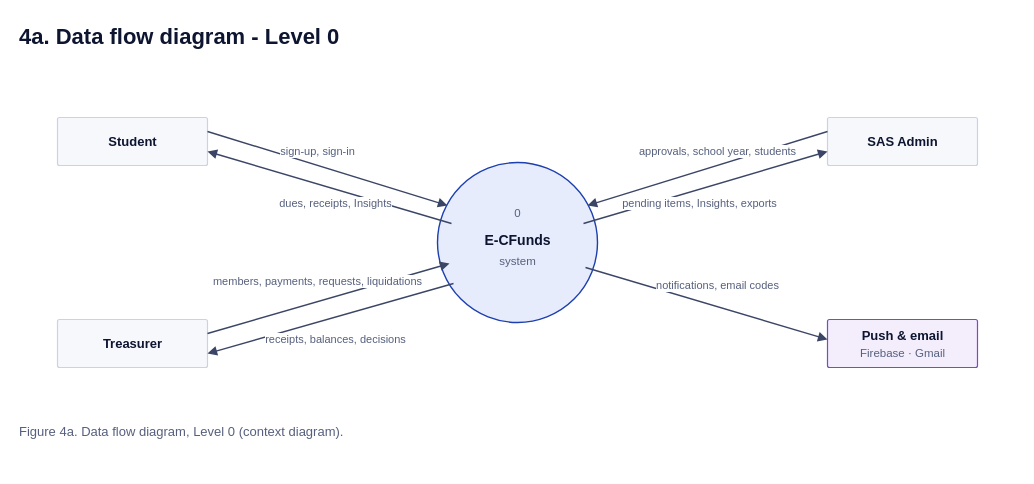
The draw.io diagram page "4a. Data flow diagram - Level 0" (4 of 8) of docs/diagrams/E-CFunds-System-Diagrams-editable.drawio in ramosneil/E-CFunds, before the edit. Source tidied: cells renumbered, new cells numbered last; positions are measured from the earlier drawing's top-left corner, leaving out a move shared by most shapes. Both pictures are drawn from the tidied source at 100%, with x=0, y=0 at pixel (17, 17).
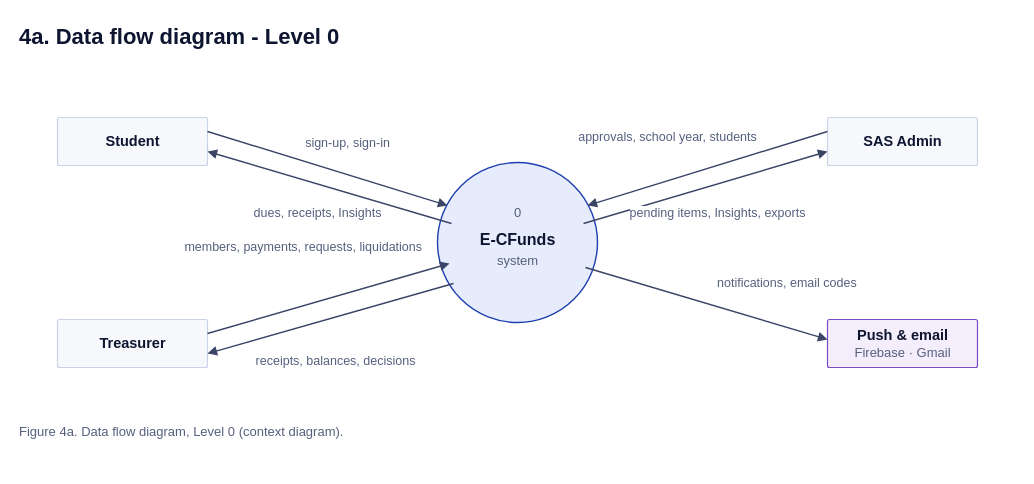
After the change.

Change to the diagram source:
```diff
@@
-    <mxCell id="4" value="0" style="text;html=1;whiteSpace=nowrap;spacing=0;spacingLeft=0;spacingRight=0;verticalAlign=middle;align=center;fontFamily=Helvetica;fontSize=11.5;fontColor=#56607E;fontStyle=0;" parent="1" vertex="1">
-      <mxGeometry x="490" y="187.3" width="20" height="17.2" as="geometry" />
+    <mxCell id="4" value="0" style="text;html=1;whiteSpace=nowrap;spacing=0;spacingLeft=0;spacingRight=0;verticalAlign=middle;align=center;fontFamily=Helvetica;fontSize=13.0;fontColor=#56607E;fontStyle=0;" parent="1" vertex="1">
+      <mxGeometry x="490" y="185.7" width="20" height="19.5" as="geometry" />
     </mxCell>
-    <mxCell id="5" value="E-CFunds" style="text;html=1;whiteSpace=nowrap;spacing=0;spacingLeft=0;spacingRight=0;verticalAlign=middle;align=center;fontFamily=Helvetica;fontSize=14.0;fontColor=#0D1530;fontStyle=1;" parent="1" vertex="1">
-      <mxGeometry x="463.4" y="212.6" width="73.2" height="21" as="geometry" />
+    <mxCell id="5" value="E-CFunds" style="text;html=1;whiteSpace=nowrap;spacing=0;spacingLeft=0;spacingRight=0;verticalAlign=middle;align=center;fontFamily=Helvetica;fontSize=16.0;fontColor=#0D1530;fontStyle=1;" parent="1" vertex="1">
+      <mxGeometry x="458.6" y="210.4" width="82.8" height="24" as="geometry" />
     </mxCell>
-    <mxCell id="6" value="system" style="text;html=1;whiteSpace=nowrap;spacing=0;spacingLeft=0;spacingRight=0;verticalAlign=middle;align=center;fontFamily=Helvetica;fontSize=11.5;fontColor=#56607E;fontStyle=0;" parent="1" vertex="1">
-      <mxGeometry x="476.3" y="235.3" width="47.4" height="17.2" as="geometry" />
+    <mxCell id="6" value="system" style="text;html=1;whiteSpace=nowrap;spacing=0;spacingLeft=0;spacingRight=0;verticalAlign=middle;align=center;fontFamily=Helvetica;fontSize=13.0;fontColor=#56607E;fontStyle=0;" parent="1" vertex="1">
+      <mxGeometry x="473.6" y="233.7" width="52.8" height="19.5" as="geometry" />
     </mxCell>
@@
-    <mxCell id="8" value="Student" style="text;html=1;whiteSpace=nowrap;spacing=0;spacingLeft=0;spacingRight=0;verticalAlign=middle;align=center;fontFamily=Helvetica;fontSize=13.0;fontColor=#0D1530;fontStyle=1;" parent="1" vertex="1">
-      <mxGeometry x="84.7" y="114.7" width="60.6" height="19.5" as="geometry" />
+    <mxCell id="8" value="Student" style="text;html=1;whiteSpace=nowrap;spacing=0;spacingLeft=0;spacingRight=0;verticalAlign=middle;align=center;fontFamily=Helvetica;fontSize=14.5;fontColor=#0D1530;fontStyle=1;" parent="1" vertex="1">
+      <mxGeometry x="81.5" y="113.1" width="66.9" height="21.8" as="geometry" />
     </mxCell>
@@
-    <mxCell id="10" value="Treasurer" style="text;html=1;whiteSpace=nowrap;spacing=0;spacingLeft=0;spacingRight=0;verticalAlign=middle;align=center;fontFamily=Helvetica;fontSize=13.0;fontColor=#0D1530;fontStyle=1;" parent="1" vertex="1">
-      <mxGeometry x="76.9" y="316.7" width="76.2" height="19.5" as="geometry" />
+    <mxCell id="10" value="Treasurer" style="text;html=1;whiteSpace=nowrap;spacing=0;spacingLeft=0;spacingRight=0;verticalAlign=middle;align=center;fontFamily=Helvetica;fontSize=14.5;fontColor=#0D1530;fontStyle=1;" parent="1" vertex="1">
+      <mxGeometry x="72.8" y="315.1" width="84.3" height="21.8" as="geometry" />
     </mxCell>
@@
-    <mxCell id="12" value="SAS Admin" style="text;html=1;whiteSpace=nowrap;spacing=0;spacingLeft=0;spacingRight=0;verticalAlign=middle;align=center;fontFamily=Helvetica;fontSize=13.0;fontColor=#0D1530;fontStyle=1;" parent="1" vertex="1">
-      <mxGeometry x="846.9" y="114.7" width="76.2" height="19.5" as="geometry" />
+    <mxCell id="12" value="SAS Admin" style="text;html=1;whiteSpace=nowrap;spacing=0;spacingLeft=0;spacingRight=0;verticalAlign=middle;align=center;fontFamily=Helvetica;fontSize=14.5;fontColor=#0D1530;fontStyle=1;" parent="1" vertex="1">
+      <mxGeometry x="842.9" y="113.1" width="84.3" height="21.8" as="geometry" />
     </mxCell>
@@
-    <mxCell id="14" value="Push &amp;amp; email" style="text;html=1;whiteSpace=nowrap;spacing=0;spacingLeft=0;spacingRight=0;verticalAlign=middle;align=center;fontFamily=Helvetica;fontSize=13.0;fontColor=#0D1530;fontStyle=1;" parent="1" vertex="1">
-      <mxGeometry x="835.2" y="308.7" width="99.6" height="19.5" as="geometry" />
+    <mxCell id="14" value="Push &amp;amp; email" style="text;html=1;whiteSpace=nowrap;spacing=0;spacingLeft=0;spacingRight=0;verticalAlign=middle;align=center;fontFamily=Helvetica;fontSize=14.5;fontColor=#0D1530;fontStyle=1;" parent="1" vertex="1">
+      <mxGeometry x="829.8" y="307.1" width="110.4" height="21.8" as="geometry" />
     </mxCell>
-    <mxCell id="15" value="Firebase · Gmail" style="text;html=1;whiteSpace=nowrap;spacing=0;spacingLeft=0;spacingRight=0;verticalAlign=middle;align=center;fontFamily=Helvetica;fontSize=11.5;fontColor=#56607E;fontStyle=0;" parent="1" vertex="1">
-      <mxGeometry x="826.8" y="327.4" width="116.4" height="17.2" as="geometry" />
+    <mxCell id="15" value="Firebase · Gmail" style="text;html=1;whiteSpace=nowrap;spacing=0;spacingLeft=0;spacingRight=0;verticalAlign=middle;align=center;fontFamily=Helvetica;fontSize=13.0;fontColor=#56607E;fontStyle=0;" parent="1" vertex="1">
+      <mxGeometry x="819.6" y="325.7" width="130.8" height="19.5" as="geometry" />
     </mxCell>
@@
-    <mxCell id="17" value="sign-up, sign-in" style="text;html=1;whiteSpace=nowrap;spacing=0;spacingLeft=0;spacingRight=0;verticalAlign=middle;align=center;fontFamily=Helvetica;fontSize=11.0;fontColor=#56607E;fontStyle=0;labelBackgroundColor=#FFFFFF;" parent="1" vertex="1">
-      <mxGeometry x="244.2" y="125.9" width="111.6" height="16.5" as="geometry" />
+    <mxCell id="17" value="sign-up, sign-in" style="text;html=1;whiteSpace=nowrap;spacing=0;spacingLeft=0;spacingRight=0;verticalAlign=middle;align=center;fontFamily=Helvetica;fontSize=12.5;fontColor=#56607E;fontStyle=0;labelBackgroundColor=#FFFFFF;" parent="1" vertex="1">
+      <mxGeometry x="267" y="116.2" width="126" height="18.8" as="geometry" />
     </mxCell>
@@
-    <mxCell id="19" value="dues, receipts, Insights" style="text;html=1;whiteSpace=nowrap;spacing=0;spacingLeft=0;spacingRight=0;verticalAlign=middle;align=center;fontFamily=Helvetica;fontSize=11.0;fontColor=#56607E;fontStyle=0;labelBackgroundColor=#FFFFFF;" parent="1" vertex="1">
-      <mxGeometry x="235.8" y="177.9" width="164.4" height="16.5" as="geometry" />
+    <mxCell id="19" value="dues, receipts, Insights" style="text;html=1;whiteSpace=nowrap;spacing=0;spacingLeft=0;spacingRight=0;verticalAlign=middle;align=center;fontFamily=Helvetica;fontSize=12.5;fontColor=#56607E;fontStyle=0;labelBackgroundColor=#FFFFFF;" parent="1" vertex="1">
+      <mxGeometry x="207" y="186.2" width="186" height="18.8" as="geometry" />
     </mxCell>
@@
-    <mxCell id="21" value="members, payments, requests, liquidations" style="text;html=1;whiteSpace=nowrap;spacing=0;spacingLeft=0;spacingRight=0;verticalAlign=middle;align=center;fontFamily=Helvetica;fontSize=11.0;fontColor=#56607E;fontStyle=0;labelBackgroundColor=#FFFFFF;" parent="1" vertex="1">
-      <mxGeometry x="161.7" y="255.9" width="276.6" height="16.5" as="geometry" />
+    <mxCell id="21" value="members, payments, requests, liquidations" style="text;html=1;whiteSpace=nowrap;spacing=0;spacingLeft=0;spacingRight=0;verticalAlign=middle;align=right;fontFamily=Helvetica;fontSize=12.5;fontColor=#56607E;fontStyle=0;labelBackgroundColor=#FFFFFF;" parent="1" vertex="1">
+      <mxGeometry x="90.5" y="220.2" width="313.5" height="18.8" as="geometry" />
     </mxCell>
@@
-    <mxCell id="23" value="receipts, balances, decisions" style="text;html=1;whiteSpace=nowrap;spacing=0;spacingLeft=0;spacingRight=0;verticalAlign=middle;align=center;fontFamily=Helvetica;fontSize=11.0;fontColor=#56607E;fontStyle=0;labelBackgroundColor=#FFFFFF;" parent="1" vertex="1">
-      <mxGeometry x="219.3" y="313.9" width="197.4" height="16.5" as="geometry" />
+    <mxCell id="23" value="receipts, balances, decisions" style="text;html=1;whiteSpace=nowrap;spacing=0;spacingLeft=0;spacingRight=0;verticalAlign=middle;align=center;fontFamily=Helvetica;fontSize=12.5;fontColor=#56607E;fontStyle=0;labelBackgroundColor=#FFFFFF;" parent="1" vertex="1">
+      <mxGeometry x="206.2" y="334.2" width="223.5" height="18.8" as="geometry" />
     </mxCell>
@@
-    <mxCell id="25" value="approvals, school year, students" style="text;html=1;whiteSpace=nowrap;spacing=0;spacingLeft=0;spacingRight=0;verticalAlign=middle;align=center;fontFamily=Helvetica;fontSize=11.0;fontColor=#56607E;fontStyle=0;labelBackgroundColor=#FFFFFF;" parent="1" vertex="1">
-      <mxGeometry x="591.4" y="125.9" width="217.2" height="16.5" as="geometry" />
+    <mxCell id="25" value="approvals, school year, students" style="text;html=1;whiteSpace=nowrap;spacing=0;spacingLeft=0;spacingRight=0;verticalAlign=middle;align=center;fontFamily=Helvetica;fontSize=12.5;fontColor=#56607E;fontStyle=0;labelBackgroundColor=#FFFFFF;" parent="1" vertex="1">
+      <mxGeometry x="527" y="110.2" width="246" height="18.8" as="geometry" />
     </mxCell>
@@
-    <mxCell id="27" value="pending items, Insights, exports" style="text;html=1;whiteSpace=nowrap;spacing=0;spacingLeft=0;spacingRight=0;verticalAlign=middle;align=center;fontFamily=Helvetica;fontSize=11.0;fontColor=#56607E;fontStyle=0;labelBackgroundColor=#FFFFFF;" parent="1" vertex="1">
-      <mxGeometry x="573.4" y="177.9" width="217.2" height="16.5" as="geometry" />
+    <mxCell id="27" value="pending items, Insights, exports" style="text;html=1;whiteSpace=nowrap;spacing=0;spacingLeft=0;spacingRight=0;verticalAlign=middle;align=center;fontFamily=Helvetica;fontSize=12.5;fontColor=#56607E;fontStyle=0;labelBackgroundColor=#FFFFFF;" parent="1" vertex="1">
+      <mxGeometry x="577" y="186.2" width="246" height="18.8" as="geometry" />
     </mxCell>
@@
-    <mxCell id="29" value="notifications, email codes" style="text;html=1;whiteSpace=nowrap;spacing=0;spacingLeft=0;spacingRight=0;verticalAlign=middle;align=center;fontFamily=Helvetica;fontSize=11.0;fontColor=#56607E;fontStyle=0;labelBackgroundColor=#FFFFFF;" parent="1" vertex="1">
-      <mxGeometry x="611.2" y="259.9" width="177.6" height="16.5" as="geometry" />
+    <mxCell id="29" value="notifications, email codes" style="text;html=1;whiteSpace=nowrap;spacing=0;spacingLeft=0;spacingRight=0;verticalAlign=middle;align=left;fontFamily=Helvetica;fontSize=12.5;fontColor=#56607E;fontStyle=0;labelBackgroundColor=#FFFFFF;" parent="1" vertex="1">
+      <mxGeometry x="700" y="256.2" width="201" height="18.8" as="geometry" />
     </mxCell>
```
